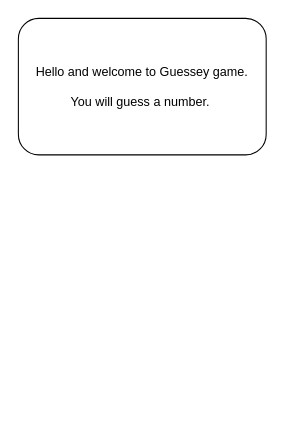
The draw.io diagram GuessNumberGame/Untitled Diagram.drawio in Mojtabarezaei4/Programmering1, before the edit. Source tidied: cells renumbered, new cells numbered last; positions are measured from the earlier drawing's top-left corner, leaving out a move shared by most shapes. Both pictures are drawn from the tidied source at 105%, with x=0, y=0 at pixel (18, 18).
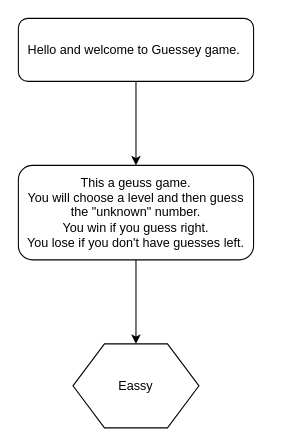
After the change.

What changed in the source:
```diff
@@
 <mxGraphModel>
   <root>
     <mxCell id="0" />
     <mxCell id="1" parent="0" />
+    <mxCell id="3" style="edgeStyle=orthogonalEdgeStyle;rounded=0;jettySize=auto;html=1;" parent="1" edge="1" source="2" target="5">
+      <mxGeometry relative="1" as="geometry" />
+    </mxCell>
-    <mxCell id="2" value="Hello and welcome to Guessey game.&lt;br&gt;&lt;br&gt;You will guess a number.&amp;nbsp;" style="rounded=1;whiteSpace=wrap;html=1;" parent="1" vertex="1">
-      <mxGeometry width="236" height="130" as="geometry" />
+    <mxCell id="2" value="Hello and welcome to Guessey game.&amp;nbsp;" style="rounded=1;whiteSpace=wrap;html=1;" parent="1" vertex="1">
+      <mxGeometry width="224" height="60" as="geometry" />
     </mxCell>
+    <mxCell id="4" style="edgeStyle=orthogonalEdgeStyle;rounded=0;jettySize=auto;html=1;" parent="1" edge="1" source="5" target="6">
+      <mxGeometry relative="1" as="geometry" />
+    </mxCell>
+    <mxCell id="5" value="This a geuss game.&lt;br&gt;You will choose a level and then guess the &quot;unknown&quot; number.&lt;br&gt;You win if you guess right.&lt;br&gt;You lose if you don't have guesses left." style="rounded=1;whiteSpace=wrap;html=1;" parent="1" vertex="1">
+      <mxGeometry y="140" width="224" height="90" as="geometry" />
+    </mxCell>
+    <mxCell id="6" value="Eassy&lt;br&gt;" style="shape=hexagon;perimeter=hexagonPerimeter2;whiteSpace=wrap;html=1;" parent="1" vertex="1">
+      <mxGeometry x="52" y="310" width="120" height="80" as="geometry" />
+    </mxCell>
   </root>
 </mxGraphModel>
```
